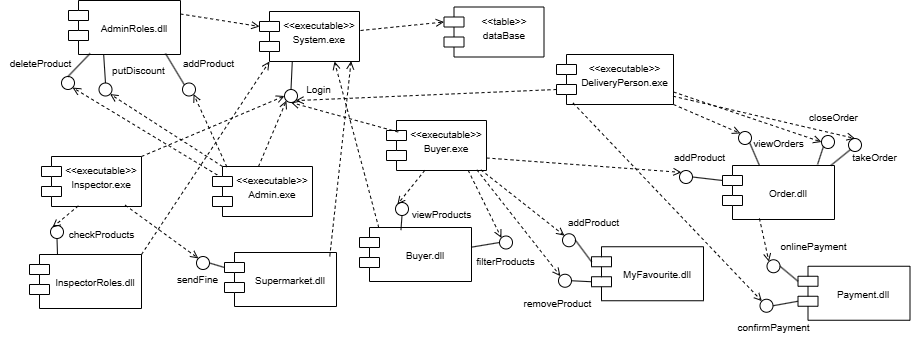
The draw.io diagram Seminarska/ComponentDiagram.drawio.png in BorjanCFC/ADIS, before a commit. Source tidied: cells renumbered, new cells last; positions are measured from the earlier drawing's top-left corner, leaving out a move shared by most shapes.
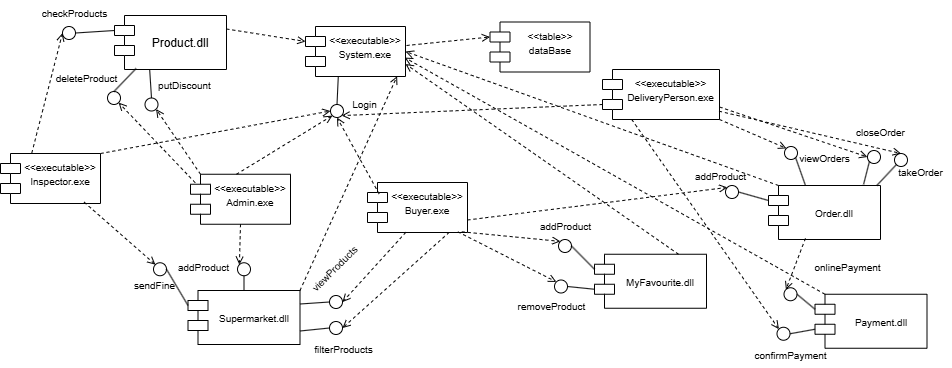
The same diagram one commit later.

Change to the diagram source:
```diff
@@ -18,16 +18,16 @@
       <mxGeometry relative="1" as="geometry" />
     </mxCell>
     <mxCell id="7" value="&lt;div&gt;&lt;font style=&quot;font-size: 10px;&quot;&gt;&amp;lt;&amp;lt;executable&amp;gt;&amp;gt;&lt;/font&gt;&lt;/div&gt;&lt;span style=&quot;font-size: 10px;&quot;&gt;Admin.exe&lt;/span&gt;" style="shape=module;align=left;spacingLeft=20;align=center;verticalAlign=top;whiteSpace=wrap;html=1;fillColor=default;" parent="1" vertex="1">
-      <mxGeometry x="212" y="166" width="100" height="50" as="geometry" />
+      <mxGeometry x="144" y="158.8" width="100" height="50" as="geometry" />
     </mxCell>
     <mxCell id="8" value="&lt;div&gt;&lt;font style=&quot;font-size: 10px;&quot;&gt;&amp;lt;&amp;lt;executable&amp;gt;&amp;gt;&lt;/font&gt;&lt;/div&gt;&lt;font style=&quot;font-size: 10px;&quot;&gt;Buyer.exe&lt;/font&gt;" style="shape=module;align=left;spacingLeft=20;align=center;verticalAlign=top;whiteSpace=wrap;html=1;fillColor=default;" parent="1" vertex="1">
-      <mxGeometry x="386" y="120" width="100" height="50" as="geometry" />
+      <mxGeometry x="321" y="167" width="100" height="50" as="geometry" />
     </mxCell>
     <mxCell id="9" value="&lt;div&gt;&lt;font style=&quot;font-size: 10px;&quot;&gt;&amp;lt;&amp;lt;executable&amp;gt;&amp;gt;&lt;/font&gt;&lt;/div&gt;&lt;font style=&quot;font-size: 10px;&quot;&gt;DeliveryPerson.exe&lt;/font&gt;" style="shape=module;align=left;spacingLeft=20;align=center;verticalAlign=top;whiteSpace=wrap;html=1;fillColor=default;" parent="1" vertex="1">
       <mxGeometry x="556" y="54" width="117" height="50" as="geometry" />
     </mxCell>
     <mxCell id="10" value="&lt;div&gt;&lt;font style=&quot;font-size: 10px;&quot;&gt;&amp;lt;&amp;lt;executable&amp;gt;&amp;gt;&lt;/font&gt;&lt;/div&gt;&lt;font style=&quot;font-size: 10px;&quot;&gt;Inspector.exe&lt;/font&gt;" style="shape=module;align=left;spacingLeft=20;align=center;verticalAlign=top;whiteSpace=wrap;html=1;fillColor=default;" parent="1" vertex="1">
-      <mxGeometry x="41" y="156" width="100" height="50" as="geometry" />
+      <mxGeometry x="-46" y="138" width="100" height="50" as="geometry" />
     </mxCell>
     <mxCell id="11" style="endArrow=open;html=1;rounded=0;exitX=0.46;exitY=0;exitDx=0;exitDy=0;dashed=1;endFill=0;exitPerimeter=0;entryX=0;entryY=1;entryDx=0;entryDy=0;" parent="1" edge="1" source="7" target="5">
       <mxGeometry relative="1" as="geometry" />
@@ -44,7 +44,7 @@
     <mxCell id="15" style="endArrow=open;html=1;rounded=0;exitX=0;exitY=0;exitDx=0;exitDy=35;dashed=1;endFill=0;entryX=1;entryY=1;entryDx=0;entryDy=0;exitPerimeter=0;" parent="1" edge="1" source="9" target="5">
       <mxGeometry relative="1" as="geometry" />
     </mxCell>
-    <mxCell id="16" value="&lt;div&gt;&lt;font style=&quot;font-size: 10px;&quot;&gt;&lt;br&gt;&lt;/font&gt;&lt;/div&gt;&lt;div&gt;&lt;font style=&quot;font-size: 10px;&quot;&gt;AdminRoles.dll&lt;/font&gt;&lt;/div&gt;" style="shape=module;align=left;spacingLeft=20;align=center;verticalAlign=top;whiteSpace=wrap;html=1;" parent="1" vertex="1">
+    <mxCell id="16" value="&lt;div&gt;&lt;br&gt;&lt;/div&gt;&lt;div&gt;Product.dll&lt;/div&gt;" style="shape=module;align=left;spacingLeft=20;align=center;verticalAlign=top;whiteSpace=wrap;html=1;" parent="1" vertex="1">
       <mxGeometry x="68" width="112" height="54" as="geometry" />
     </mxCell>
     <mxCell id="17" style="endArrow=open;html=1;rounded=0;exitX=1;exitY=0.25;exitDx=0;exitDy=0;dashed=1;endFill=0;entryX=0;entryY=0;entryDx=0;entryDy=15;entryPerimeter=0;" parent="1" edge="1" source="16" target="2">
@@ -62,16 +62,10 @@
     <mxCell id="21" style="endArrow=open;html=1;rounded=0;exitX=0.047;exitY=0.169;exitDx=0;exitDy=0;dashed=1;endFill=0;exitPerimeter=0;entryX=1;entryY=1;entryDx=0;entryDy=0;" parent="1" edge="1" source="7" target="18">
       <mxGeometry relative="1" as="geometry" />
     </mxCell>
-    <mxCell id="22" style="ellipse;" parent="1" vertex="1">
-      <mxGeometry x="182" y="82.5" width="13" height="13" as="geometry" />
-    </mxCell>
-    <mxCell id="23" style="endArrow=none;html=1;exitX=0.866;exitY=0.981;exitDx=0;exitDy=0;exitPerimeter=0;entryX=0;entryY=0;entryDx=0;entryDy=0;" parent="1" edge="1" source="16" target="22">
-      <mxGeometry relative="1" as="geometry" />
-    </mxCell>
     <mxCell id="24" value="&lt;span style=&quot;font-size: 10px;&quot;&gt;addProduct&lt;/span&gt;" style="text;html=1;align=center;verticalAlign=middle;strokeColor=none;fillColor=none;" parent="1" vertex="1">
-      <mxGeometry x="173" y="50" width="69" height="26" as="geometry" />
+      <mxGeometry x="122" y="238.5" width="69" height="26" as="geometry" />
     </mxCell>
-    <mxCell id="25" style="endArrow=open;html=1;rounded=0;exitX=0.144;exitY=0.009;exitDx=0;exitDy=0;dashed=1;endFill=0;exitPerimeter=0;entryX=1;entryY=1;entryDx=0;entryDy=0;" parent="1" edge="1" source="7" target="22">
+    <mxCell id="25" style="endArrow=open;html=1;rounded=0;exitX=0.5;exitY=1;exitDx=0;exitDy=0;dashed=1;endFill=0;entryX=0;entryY=0;entryDx=0;entryDy=0;" parent="1" edge="1" source="7" target="90">
       <mxGeometry relative="1" as="geometry" />
     </mxCell>
     <mxCell id="26" style="ellipse;" parent="1" vertex="1">
@@ -86,80 +80,44 @@
     <mxCell id="29" style="endArrow=open;html=1;rounded=0;exitX=0;exitY=0;exitDx=10;exitDy=0;dashed=1;endFill=0;exitPerimeter=0;entryX=1;entryY=1;entryDx=0;entryDy=0;" parent="1" edge="1" source="7" target="26">
       <mxGeometry relative="1" as="geometry" />
     </mxCell>
-    <mxCell id="30" value="&lt;div&gt;&lt;font style=&quot;font-size: 10px;&quot;&gt;&lt;br&gt;&lt;/font&gt;&lt;/div&gt;&lt;div&gt;&lt;font style=&quot;font-size: 10px;&quot;&gt;InspectorRoles.dll&lt;/font&gt;&lt;/div&gt;" style="shape=module;align=left;spacingLeft=20;align=center;verticalAlign=top;whiteSpace=wrap;html=1;" parent="1" vertex="1">
-      <mxGeometry x="29" y="254" width="112" height="54" as="geometry" />
-    </mxCell>
-    <mxCell id="31" style="endArrow=open;html=1;rounded=0;exitX=1;exitY=0;exitDx=0;exitDy=0;dashed=1;endFill=0;entryX=0;entryY=1;entryDx=10;entryDy=0;entryPerimeter=0;" parent="1" edge="1" source="30" target="2">
-      <mxGeometry relative="1" as="geometry" />
-    </mxCell>
-    <mxCell id="32" style="ellipse;" parent="1" vertex="1">
-      <mxGeometry x="50" y="225" width="13" height="13" as="geometry" />
-    </mxCell>
-    <mxCell id="33" style="endArrow=none;html=1;exitX=0.5;exitY=1;exitDx=0;exitDy=0;entryX=0.25;entryY=0;entryDx=0;entryDy=0;" parent="1" edge="1" source="32" target="30">
-      <mxGeometry relative="1" as="geometry" />
-    </mxCell>
-    <mxCell id="34" value="&lt;span style=&quot;font-size: 10px;&quot;&gt;checkProducts&lt;/span&gt;" style="text;html=1;align=center;verticalAlign=middle;strokeColor=none;fillColor=none;" parent="1" vertex="1">
-      <mxGeometry x="59" y="221" width="84" height="26" as="geometry" />
-    </mxCell>
-    <mxCell id="35" style="endArrow=open;html=1;rounded=0;exitX=0.369;exitY=0.986;exitDx=0;exitDy=0;dashed=1;endFill=0;exitPerimeter=0;entryX=0;entryY=0;entryDx=0;entryDy=0;" parent="1" edge="1" source="10" target="32">
-      <mxGeometry relative="1" as="geometry" />
-    </mxCell>
     <mxCell id="36" value="&lt;div&gt;&lt;font style=&quot;font-size: 10px;&quot;&gt;&lt;br&gt;&lt;/font&gt;&lt;/div&gt;&lt;div&gt;&lt;font style=&quot;font-size: 10px;&quot;&gt;Supermarket.dll&lt;/font&gt;&lt;/div&gt;" style="shape=module;align=left;spacingLeft=20;align=center;verticalAlign=top;whiteSpace=wrap;html=1;" parent="1" vertex="1">
-      <mxGeometry x="224" y="252" width="112" height="54" as="geometry" />
+      <mxGeometry x="141.5" y="275" width="112" height="54" as="geometry" />
     </mxCell>
     <mxCell id="37" style="ellipse;" parent="1" vertex="1">
-      <mxGeometry x="196" y="256" width="13" height="13" as="geometry" />
+      <mxGeometry x="107" y="247.2" width="13" height="13" as="geometry" />
     </mxCell>
     <mxCell id="38" style="endArrow=none;html=1;exitX=1;exitY=0.5;exitDx=0;exitDy=0;entryX=0;entryY=0;entryDx=0;entryDy=15;entryPerimeter=0;" parent="1" edge="1" source="37" target="36">
       <mxGeometry relative="1" as="geometry" />
     </mxCell>
     <mxCell id="39" value="&lt;span style=&quot;font-size: 10px;&quot;&gt;sendFine&lt;/span&gt;" style="text;html=1;align=center;verticalAlign=middle;strokeColor=none;fillColor=none;" parent="1" vertex="1">
-      <mxGeometry x="167" y="266" width="59" height="26" as="geometry" />
+      <mxGeometry x="78" y="257.2" width="59" height="26" as="geometry" />
     </mxCell>
     <mxCell id="40" style="endArrow=open;html=1;rounded=0;exitX=0.837;exitY=0.974;exitDx=0;exitDy=0;dashed=1;endFill=0;exitPerimeter=0;entryX=0;entryY=0;entryDx=0;entryDy=0;" parent="1" edge="1" source="10" target="37">
       <mxGeometry relative="1" as="geometry" />
     </mxCell>
-    <mxCell id="41" value="&lt;div&gt;&lt;font style=&quot;font-size: 10px;&quot;&gt;&lt;br&gt;&lt;/font&gt;&lt;/div&gt;&lt;div&gt;&lt;font style=&quot;font-size: 10px;&quot;&gt;Buyer.dll&lt;/font&gt;&lt;/div&gt;" style="shape=module;align=left;spacingLeft=20;align=center;verticalAlign=top;whiteSpace=wrap;html=1;" parent="1" vertex="1">
-      <mxGeometry x="359" y="227" width="112" height="54" as="geometry" />
-    </mxCell>
-    <mxCell id="42" style="endArrow=open;html=1;rounded=0;exitX=0.172;exitY=0.003;exitDx=0;exitDy=0;dashed=1;endFill=0;entryX=0.75;entryY=1;entryDx=0;entryDy=0;exitPerimeter=0;" parent="1" edge="1" source="41" target="2">
-      <mxGeometry relative="1" as="geometry" />
-    </mxCell>
-    <mxCell id="43" style="ellipse;" parent="1" vertex="1">
-      <mxGeometry x="395" y="202" width="13" height="13" as="geometry" />
-    </mxCell>
-    <mxCell id="44" style="ellipse;" parent="1" vertex="1">
-      <mxGeometry x="499" y="235.5" width="13" height="13" as="geometry" />
-    </mxCell>
-    <mxCell id="45" style="endArrow=none;html=1;exitX=0.5;exitY=1;exitDx=0;exitDy=0;entryX=0.37;entryY=0.048;entryDx=0;entryDy=0;entryPerimeter=0;" parent="1" edge="1" source="43" target="41">
-      <mxGeometry relative="1" as="geometry" />
-    </mxCell>
-    <mxCell id="46" value="&lt;span style=&quot;font-size: 10px;&quot;&gt;viewProducts&lt;/span&gt;" style="text;html=1;align=center;verticalAlign=middle;strokeColor=none;fillColor=none;" parent="1" vertex="1">
-      <mxGeometry x="402" y="201" width="77" height="26" as="geometry" />
+    <mxCell id="46" value="&lt;span style=&quot;font-size: 10px;&quot;&gt;viewProducts&lt;/span&gt;" style="text;html=1;align=center;verticalAlign=middle;strokeColor=none;fillColor=none;rotation=-45;" parent="1" vertex="1">
+      <mxGeometry x="249" y="240.8" width="77" height="26" as="geometry" />
     </mxCell>
-    <mxCell id="47" style="endArrow=open;html=1;rounded=0;exitX=0.383;exitY=0.997;exitDx=0;exitDy=0;dashed=1;endFill=0;entryX=0;entryY=0;entryDx=0;entryDy=0;exitPerimeter=0;" parent="1" edge="1" source="8" target="43">
+    <mxCell id="47" style="endArrow=open;html=1;rounded=0;exitX=0.383;exitY=0.997;exitDx=0;exitDy=0;dashed=1;endFill=0;entryX=1;entryY=0.5;entryDx=0;entryDy=0;exitPerimeter=0;" parent="1" edge="1" source="8" target="92">
       <mxGeometry relative="1" as="geometry" />
     </mxCell>
-    <mxCell id="48" style="endArrow=none;html=1;exitX=0.997;exitY=0.365;exitDx=0;exitDy=0;exitPerimeter=0;entryX=0;entryY=0.5;entryDx=0;entryDy=0;" parent="1" edge="1" source="41" target="44">
-      <mxGeometry relative="1" as="geometry" />
-    </mxCell>
     <mxCell id="49" value="&lt;span style=&quot;font-size: 10px;&quot;&gt;filterProducts&lt;/span&gt;" style="text;html=1;align=center;verticalAlign=middle;strokeColor=none;fillColor=none;" parent="1" vertex="1">
-      <mxGeometry x="467" y="247.8" width="76" height="26" as="geometry" />
+      <mxGeometry x="259" y="321.2" width="76" height="26" as="geometry" />
     </mxCell>
-    <mxCell id="50" style="endArrow=open;html=1;rounded=0;exitX=0.817;exitY=0.997;exitDx=0;exitDy=0;dashed=1;endFill=0;entryX=0;entryY=0;entryDx=0;entryDy=0;exitPerimeter=0;" parent="1" edge="1" source="8" target="44">
+    <mxCell id="50" style="endArrow=open;html=1;rounded=0;exitX=0.817;exitY=0.997;exitDx=0;exitDy=0;dashed=1;endFill=0;entryX=1;entryY=0.5;entryDx=0;entryDy=0;exitPerimeter=0;" parent="1" edge="1" source="8" target="93">
       <mxGeometry relative="1" as="geometry" />
     </mxCell>
     <mxCell id="51" value="&lt;div&gt;&lt;font style=&quot;font-size: 10px;&quot;&gt;&lt;br&gt;&lt;/font&gt;&lt;/div&gt;&lt;div&gt;&lt;font style=&quot;font-size: 10px;&quot;&gt;Order.dll&lt;/font&gt;&lt;/div&gt;" style="shape=module;align=left;spacingLeft=20;align=center;verticalAlign=top;whiteSpace=wrap;html=1;" parent="1" vertex="1">
-      <mxGeometry x="722" y="165" width="112" height="54" as="geometry" />
+      <mxGeometry x="722" y="170" width="112" height="54" as="geometry" />
     </mxCell>
     <mxCell id="52" value="&lt;div&gt;&lt;font style=&quot;font-size: 10px;&quot;&gt;&lt;br&gt;&lt;/font&gt;&lt;/div&gt;&lt;div&gt;&lt;font style=&quot;font-size: 10px;&quot;&gt;MyFavourite.dll&lt;/font&gt;&lt;/div&gt;" style="shape=module;align=left;spacingLeft=20;align=center;verticalAlign=top;whiteSpace=wrap;html=1;" parent="1" vertex="1">
-      <mxGeometry x="591" y="246.2" width="112" height="54" as="geometry" />
+      <mxGeometry x="548" y="238.8" width="112" height="54" as="geometry" />
     </mxCell>
     <mxCell id="53" value="&lt;span style=&quot;font-size: 10px;&quot;&gt;addProduct&lt;/span&gt;" style="text;html=1;align=center;verticalAlign=middle;strokeColor=none;fillColor=none;" parent="1" vertex="1">
-      <mxGeometry x="558" y="208.8" width="69" height="26" as="geometry" />
+      <mxGeometry x="484" y="198" width="69" height="26" as="geometry" />
     </mxCell>
     <mxCell id="54" style="ellipse;" parent="1" vertex="1">
-      <mxGeometry x="562" y="233.2" width="13" height="13" as="geometry" />
+      <mxGeometry x="512" y="224" width="13" height="13" as="geometry" />
     </mxCell>
     <mxCell id="55" style="endArrow=none;html=1;exitX=0;exitY=0;exitDx=0;exitDy=15;exitPerimeter=0;entryX=1;entryY=0.5;entryDx=0;entryDy=0;" parent="1" edge="1" source="52" target="54">
       <mxGeometry relative="1" as="geometry" />
@@ -168,28 +126,28 @@
       <mxGeometry relative="1" as="geometry" />
     </mxCell>
     <mxCell id="57" style="ellipse;" parent="1" vertex="1">
-      <mxGeometry x="558" y="273.8" width="13" height="13" as="geometry" />
+      <mxGeometry x="508" y="264.5" width="13" height="13" as="geometry" />
     </mxCell>
     <mxCell id="58" style="endArrow=none;html=1;exitX=0;exitY=0;exitDx=0;exitDy=35;exitPerimeter=0;entryX=1;entryY=0.5;entryDx=0;entryDy=0;" parent="1" edge="1" source="52" target="57">
       <mxGeometry relative="1" as="geometry" />
     </mxCell>
     <mxCell id="59" value="&lt;span style=&quot;font-size: 10px;&quot;&gt;removeProduct&lt;/span&gt;" style="text;html=1;align=center;verticalAlign=middle;strokeColor=none;fillColor=none;" parent="1" vertex="1">
-      <mxGeometry x="514" y="290.2" width="86" height="26" as="geometry" />
+      <mxGeometry x="462" y="277.5" width="86" height="26" as="geometry" />
     </mxCell>
     <mxCell id="60" style="endArrow=open;html=1;rounded=0;exitX=0.903;exitY=0.986;exitDx=0;exitDy=0;dashed=1;endFill=0;entryX=0;entryY=0;entryDx=0;entryDy=0;exitPerimeter=0;" parent="1" edge="1" source="8" target="57">
       <mxGeometry relative="1" as="geometry" />
     </mxCell>
     <mxCell id="61" value="&lt;div&gt;&lt;font style=&quot;font-size: 10px;&quot;&gt;&lt;br&gt;&lt;/font&gt;&lt;/div&gt;&lt;div&gt;&lt;font style=&quot;font-size: 10px;&quot;&gt;Payment.dll&lt;/font&gt;&lt;/div&gt;" style="shape=module;align=left;spacingLeft=20;align=center;verticalAlign=top;whiteSpace=wrap;html=1;" parent="1" vertex="1">
-      <mxGeometry x="797.5" y="265.8" width="112" height="54" as="geometry" />
+      <mxGeometry x="768.5" y="278.8" width="112" height="54" as="geometry" />
     </mxCell>
     <mxCell id="62" style="ellipse;" parent="1" vertex="1">
-      <mxGeometry x="766.5" y="259.2" width="13" height="13" as="geometry" />
+      <mxGeometry x="737.5" y="272.2" width="13" height="13" as="geometry" />
     </mxCell>
     <mxCell id="63" style="endArrow=none;html=1;exitX=0;exitY=0;exitDx=0;exitDy=15;exitPerimeter=0;entryX=1;entryY=0.5;entryDx=0;entryDy=0;" parent="1" edge="1" source="61" target="62">
       <mxGeometry relative="1" as="geometry" />
     </mxCell>
     <mxCell id="64" value="&lt;span style=&quot;font-size: 10px;&quot;&gt;onlinePayment&lt;/span&gt;" style="text;html=1;align=center;verticalAlign=middle;strokeColor=none;fillColor=none;" parent="1" vertex="1">
-      <mxGeometry x="770.5" y="233.2" width="84" height="26" as="geometry" />
+      <mxGeometry x="759" y="238.5" width="84" height="26" as="geometry" />
     </mxCell>
     <mxCell id="65" style="endArrow=open;html=1;rounded=0;exitX=0.33;exitY=0.979;exitDx=0;exitDy=0;dashed=1;endFill=0;entryX=0;entryY=0;entryDx=0;entryDy=0;exitPerimeter=0;" parent="1" edge="1" source="51" target="62">
       <mxGeometry relative="1" as="geometry" />
@@ -201,7 +159,7 @@
       <mxGeometry relative="1" as="geometry" />
     </mxCell>
     <mxCell id="68" value="&lt;span style=&quot;font-size: 10px;&quot;&gt;addProduct&lt;/span&gt;" style="text;html=1;align=center;verticalAlign=middle;strokeColor=none;fillColor=none;" parent="1" vertex="1">
-      <mxGeometry x="664" y="144" width="69" height="26" as="geometry" />
+      <mxGeometry x="639" y="148" width="69" height="26" as="geometry" />
     </mxCell>
     <mxCell id="69" style="endArrow=open;html=1;rounded=0;exitX=1;exitY=0.75;exitDx=0;exitDy=0;dashed=1;endFill=0;entryX=0;entryY=0;entryDx=0;entryDy=0;" parent="1" edge="1" source="8" target="66">
       <mxGeometry relative="1" as="geometry" />
@@ -243,19 +201,58 @@
       <mxGeometry relative="1" as="geometry" />
     </mxCell>
     <mxCell id="82" style="ellipse;" parent="1" vertex="1">
-      <mxGeometry x="759.5" y="298.8" width="13" height="13" as="geometry" />
+      <mxGeometry x="730.5" y="311.8" width="13" height="13" as="geometry" />
     </mxCell>
     <mxCell id="83" style="endArrow=none;html=1;exitX=0;exitY=0;exitDx=0;exitDy=35;exitPerimeter=0;entryX=1;entryY=0.5;entryDx=0;entryDy=0;" parent="1" edge="1" source="61" target="82">
       <mxGeometry relative="1" as="geometry" />
     </mxCell>
     <mxCell id="84" value="&lt;span style=&quot;font-size: 10px;&quot;&gt;confirmPayment&lt;/span&gt;" style="text;html=1;align=center;verticalAlign=middle;strokeColor=none;fillColor=none;" parent="1" vertex="1">
-      <mxGeometry x="728" y="313.8" width="90" height="26" as="geometry" />
+      <mxGeometry x="699" y="326.8" width="90" height="26" as="geometry" />
     </mxCell>
-    <mxCell id="85" style="endArrow=open;html=1;rounded=0;exitX=0.142;exitY=0.971;exitDx=0;exitDy=0;dashed=1;endFill=0;entryX=0;entryY=0;entryDx=0;entryDy=0;exitPerimeter=0;" parent="1" edge="1" source="9" target="82">
+    <mxCell id="85" style="endArrow=open;html=1;rounded=0;exitX=0.25;exitY=1;exitDx=0;exitDy=0;dashed=1;endFill=0;entryX=0;entryY=0;entryDx=0;entryDy=0;" parent="1" edge="1" source="9" target="82">
       <mxGeometry relative="1" as="geometry" />
     </mxCell>
-    <mxCell id="86" style="endArrow=open;html=1;rounded=0;dashed=1;endFill=0;entryX=0.916;entryY=0.994;entryDx=0;entryDy=0;exitX=0.94;exitY=0.072;exitDx=0;exitDy=0;exitPerimeter=0;entryPerimeter=0;" parent="1" edge="1" source="36" target="2">
+    <mxCell id="86" style="endArrow=open;html=1;rounded=0;dashed=1;endFill=0;entryX=0.916;entryY=0.994;entryDx=0;entryDy=0;exitX=1;exitY=0;exitDx=0;exitDy=0;entryPerimeter=0;" parent="1" edge="1" source="36" target="2">
       <mxGeometry relative="1" as="geometry" />
     </mxCell>
+    <mxCell id="87" style="ellipse;" parent="1" vertex="1">
+      <mxGeometry x="16" y="11" width="13" height="13" as="geometry" />
+    </mxCell>
+    <mxCell id="88" style="endArrow=none;html=1;exitX=1;exitY=0.5;exitDx=0;exitDy=0;entryX=0;entryY=0;entryDx=0;entryDy=15;entryPerimeter=0;" parent="1" edge="1" source="87" target="16">
+      <mxGeometry relative="1" as="geometry" />
+    </mxCell>
+    <mxCell id="34" value="&lt;span style=&quot;font-size: 10px;&quot;&gt;checkProducts&lt;/span&gt;" style="text;html=1;align=center;verticalAlign=middle;strokeColor=none;fillColor=none;" parent="1" vertex="1">
+      <mxGeometry x="-14" y="-15" width="84" height="26" as="geometry" />
+    </mxCell>
+    <mxCell id="89" style="endArrow=open;html=1;rounded=0;exitX=0.313;exitY=-0.01;exitDx=0;exitDy=0;dashed=1;endFill=0;entryX=0;entryY=0.5;entryDx=0;entryDy=0;exitPerimeter=0;" parent="1" edge="1" source="10" target="87">
+      <mxGeometry relative="1" as="geometry" />
+    </mxCell>
+    <mxCell id="90" style="ellipse;" parent="1" vertex="1">
+      <mxGeometry x="191" y="247.2" width="13" height="13" as="geometry" />
+    </mxCell>
+    <mxCell id="91" style="endArrow=none;html=1;exitX=0.5;exitY=1;exitDx=0;exitDy=0;entryX=0.5;entryY=0;entryDx=0;entryDy=0;" parent="1" edge="1" source="90" target="36">
+      <mxGeometry relative="1" as="geometry" />
+    </mxCell>
+    <mxCell id="92" style="ellipse;" parent="1" vertex="1">
+      <mxGeometry x="283" y="280" width="13" height="13" as="geometry" />
+    </mxCell>
+    <mxCell id="93" style="ellipse;" parent="1" vertex="1">
+      <mxGeometry x="283" y="306" width="13" height="13" as="geometry" />
+    </mxCell>
+    <mxCell id="94" style="endArrow=none;html=1;exitX=1;exitY=0.25;exitDx=0;exitDy=0;entryX=0;entryY=0.5;entryDx=0;entryDy=0;" parent="1" edge="1" source="36" target="92">
+      <mxGeometry relative="1" as="geometry" />
+    </mxCell>
+    <mxCell id="95" style="endArrow=none;html=1;exitX=1;exitY=0.75;exitDx=0;exitDy=0;entryX=0;entryY=0.5;entryDx=0;entryDy=0;" parent="1" edge="1" source="36" target="93">
+      <mxGeometry relative="1" as="geometry" />
+    </mxCell>
+    <mxCell id="96" style="endArrow=open;html=1;rounded=0;dashed=1;endFill=0;entryX=1;entryY=0.75;entryDx=0;entryDy=0;exitX=0.75;exitY=0;exitDx=0;exitDy=0;" parent="1" edge="1" source="52" target="2">
+      <mxGeometry relative="1" as="geometry" />
+    </mxCell>
+    <mxCell id="97" style="endArrow=open;html=1;rounded=0;dashed=1;endFill=0;entryX=0.992;entryY=0.622;entryDx=0;entryDy=0;exitX=0;exitY=0;exitDx=10;exitDy=0;exitPerimeter=0;entryPerimeter=0;" parent="1" edge="1" source="61" target="2">
+      <mxGeometry relative="1" as="geometry" />
+    </mxCell>
+    <mxCell id="98" style="endArrow=open;html=1;rounded=0;dashed=1;endFill=0;entryX=1;entryY=0.5;entryDx=0;entryDy=0;exitX=0;exitY=0;exitDx=10;exitDy=0;exitPerimeter=0;" parent="1" edge="1" source="51" target="2">
+      <mxGeometry relative="1" as="geometry" />
+    </mxCell>
   </root>
 </mxGraphModel>
```
